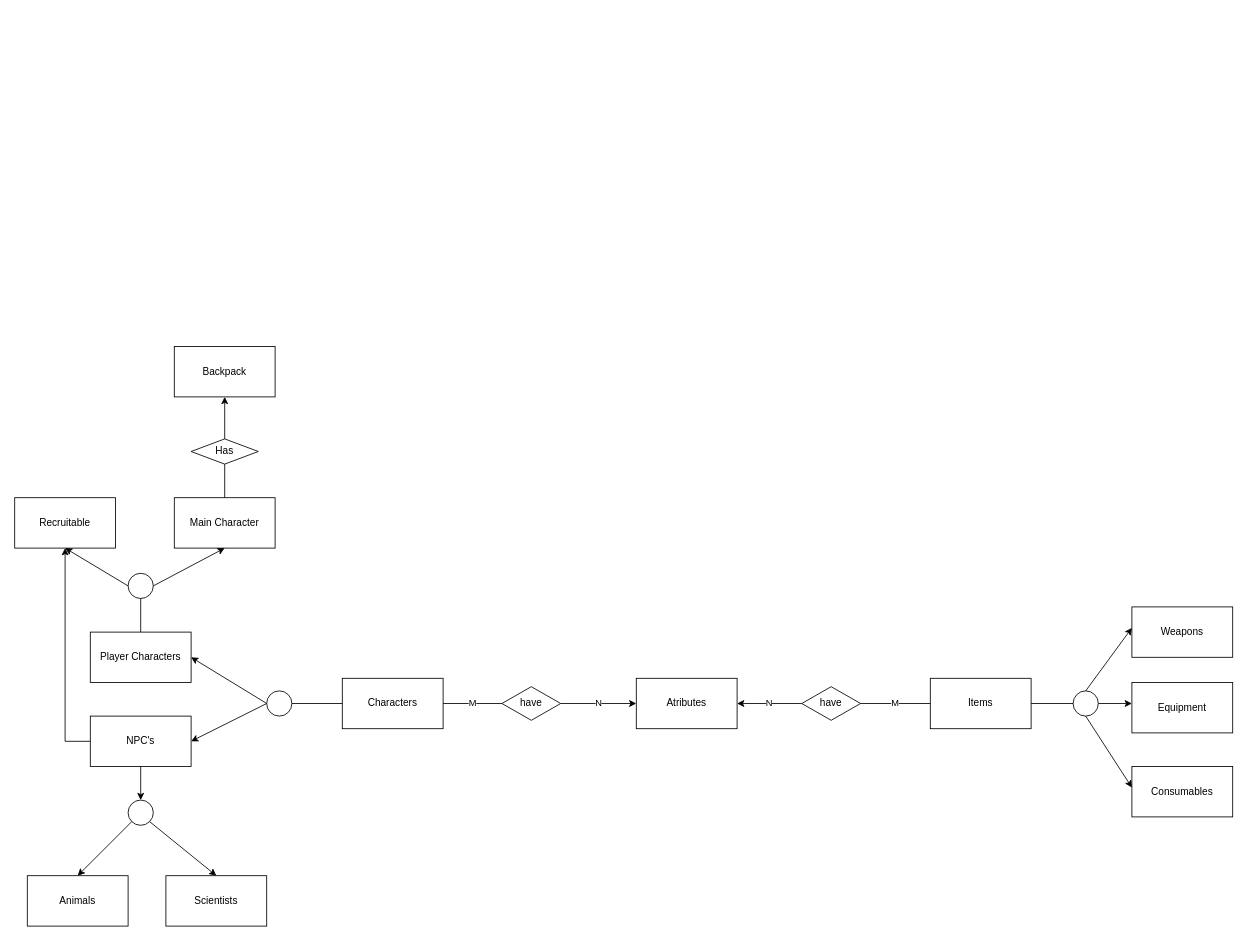
SBD1/Grupo_9_Rust keeps this draw.io diagram as Untitled Diagram.drawio. Above is the earlier version. Source tidied: cells renumbered, new cells numbered last; positions are measured from the earlier drawing's top-left corner, leaving out a move shared by most shapes. Both pictures are drawn from the tidied source at 84%, with x=0, y=0 at pixel (14, 346).
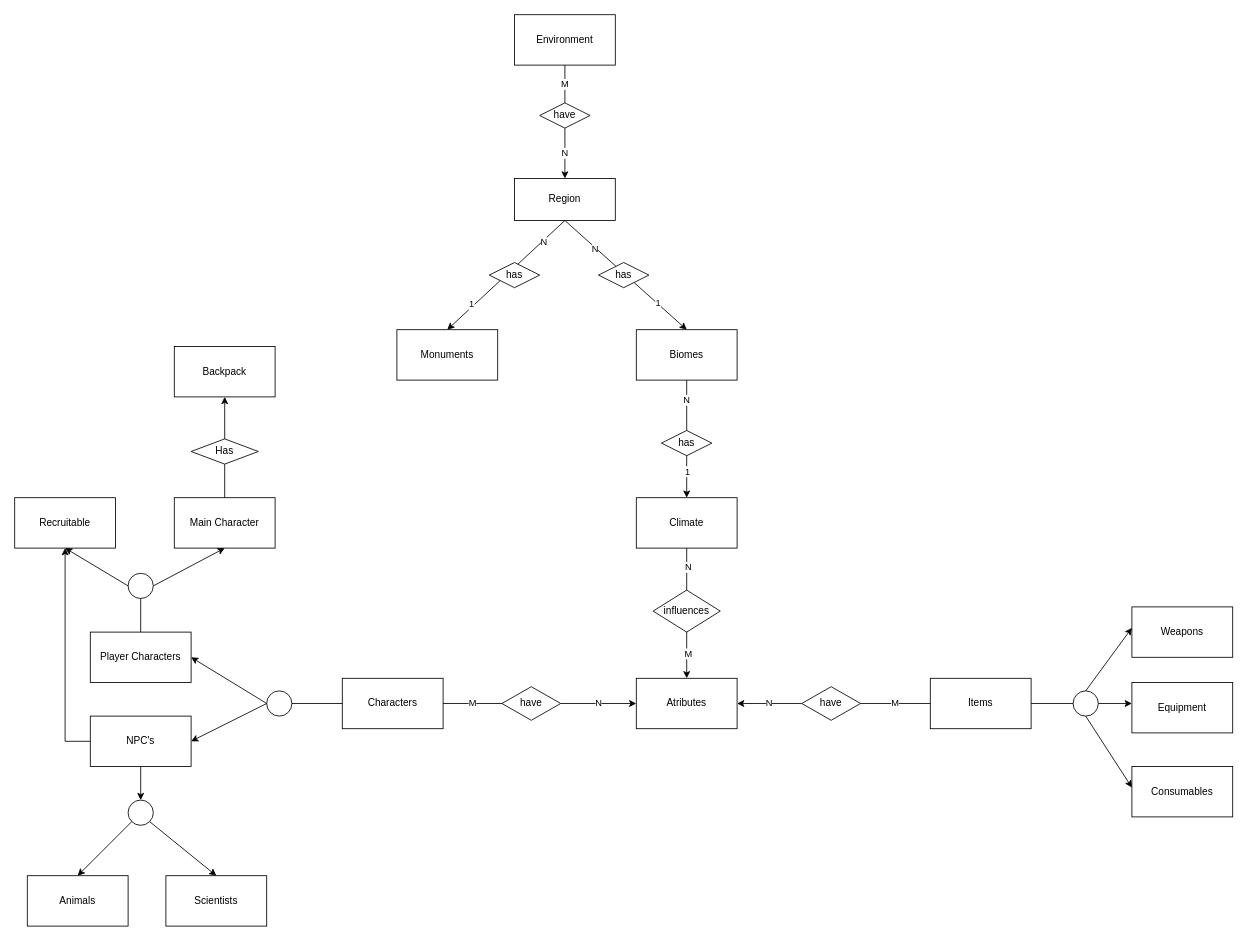
The same page after the edit.

Commit message:
Create Enviroment and relationships

Unchanged cells that the change refers to:
```xml
<mxCell id="31" value="Atributes" style="rounded=0;whiteSpace=wrap;html=1;" parent="1" vertex="1">
  <mxGeometry x="740" y="395" width="120" height="60" as="geometry" />
</mxCell>
```

What changed in the source:
```diff
@@
+    <mxCell id="42" value="N" style="edgeStyle=orthogonalEdgeStyle;rounded=0;jettySize=auto;html=1;exitX=0.5;exitY=1;exitDx=0;exitDy=0;entryX=0.5;entryY=0;entryDx=0;entryDy=0;startArrow=none;" parent="1" edge="1" source="47" target="45">
+      <mxGeometry relative="1" as="geometry" />
+    </mxCell>
+    <mxCell id="43" value="Environment" style="rounded=0;whiteSpace=wrap;html=1;" parent="1" vertex="1">
+      <mxGeometry x="595" y="-395" width="120" height="60" as="geometry" />
+    </mxCell>
+    <mxCell id="44" value="Biomes" style="rounded=0;whiteSpace=wrap;html=1;" parent="1" vertex="1">
+      <mxGeometry x="740" y="-20" width="120" height="60" as="geometry" />
+    </mxCell>
+    <mxCell id="45" value="Region" style="rounded=0;whiteSpace=wrap;html=1;" parent="1" vertex="1">
+      <mxGeometry x="595" y="-200" width="120" height="50" as="geometry" />
+    </mxCell>
+    <mxCell id="46" value="Monuments" style="rounded=0;whiteSpace=wrap;html=1;" parent="1" vertex="1">
+      <mxGeometry x="455" y="-20" width="120" height="60" as="geometry" />
+    </mxCell>
+    <mxCell id="47" value="have" style="rhombus;whiteSpace=wrap;html=1;" parent="1" vertex="1">
+      <mxGeometry x="625" y="-290" width="60" height="30" as="geometry" />
+    </mxCell>
+    <mxCell id="48" value="M" style="edgeStyle=orthogonalEdgeStyle;rounded=0;jettySize=auto;html=1;exitX=0.5;exitY=1;exitDx=0;exitDy=0;entryX=0.5;entryY=0;entryDx=0;entryDy=0;endArrow=none;" parent="1" edge="1" source="43" target="47">
+      <mxGeometry relative="1" as="geometry" />
+    </mxCell>
+    <mxCell id="49" style="endArrow=classic;html=1;rounded=0;exitX=0.5;exitY=1;exitDx=0;exitDy=0;entryX=0.5;entryY=0;entryDx=0;entryDy=0;" parent="1" edge="1" source="45" target="46">
+      <mxGeometry relative="1" as="geometry" />
+    </mxCell>
+    <mxCell id="50" value="N" style="edgeLabel;html=1;align=center;verticalAlign=middle;" parent="49" vertex="1">
+      <mxGeometry x="-0.62" y="2" relative="1" as="geometry" />
+    </mxCell>
+    <mxCell id="51" value="1" style="edgeLabel;html=1;align=center;verticalAlign=middle;" parent="49" vertex="1">
+      <mxGeometry x="0.56" y="-3" relative="1" as="geometry" />
+    </mxCell>
+    <mxCell id="52" style="endArrow=classic;html=1;rounded=0;exitX=0.5;exitY=1;exitDx=0;exitDy=0;entryX=0.5;entryY=0;entryDx=0;entryDy=0;" parent="1" edge="1" source="45" target="44">
+      <mxGeometry relative="1" as="geometry" />
+    </mxCell>
+    <mxCell id="53" value="N" style="edgeLabel;html=1;align=center;verticalAlign=middle;" parent="52" vertex="1">
+      <mxGeometry x="-0.51" relative="1" as="geometry">
+        <mxPoint y="1" as="offset" />
+      </mxGeometry>
+    </mxCell>
+    <mxCell id="54" value="1" style="edgeLabel;html=1;align=center;verticalAlign=middle;" parent="52" vertex="1">
+      <mxGeometry x="0.51" y="1" relative="1" as="geometry" />
+    </mxCell>
+    <mxCell id="55" value="has" style="rhombus;whiteSpace=wrap;html=1;" parent="1" vertex="1">
+      <mxGeometry x="695" y="-100" width="60" height="30" as="geometry" />
+    </mxCell>
+    <mxCell id="56" value="has" style="rhombus;whiteSpace=wrap;html=1;" parent="1" vertex="1">
+      <mxGeometry x="565" y="-100" width="60" height="30" as="geometry" />
+    </mxCell>
+    <mxCell id="57" value="Climate" style="rounded=0;whiteSpace=wrap;html=1;" parent="1" vertex="1">
+      <mxGeometry x="740" y="180" width="120" height="60" as="geometry" />
+    </mxCell>
+    <mxCell id="58" style="edgeStyle=orthogonalEdgeStyle;rounded=0;orthogonalLoop=1;jettySize=auto;html=1;exitX=0.5;exitY=1;exitDx=0;exitDy=0;" parent="1" edge="1" source="46" target="46">
+      <mxGeometry relative="1" as="geometry" />
+    </mxCell>
+    <mxCell id="59" style="endArrow=classic;html=1;rounded=0;exitX=0.5;exitY=1;exitDx=0;exitDy=0;entryX=0.5;entryY=0;entryDx=0;entryDy=0;" parent="1" edge="1" source="44" target="57">
+      <mxGeometry relative="1" as="geometry" />
+    </mxCell>
+    <mxCell id="60" value="N" style="edgeLabel;html=1;align=center;verticalAlign=middle;" parent="59" vertex="1">
+      <mxGeometry x="-0.67" y="-1" relative="1" as="geometry" />
+    </mxCell>
+    <mxCell id="61" value="1" style="edgeLabel;html=1;align=center;verticalAlign=middle;" parent="59" vertex="1">
+      <mxGeometry x="0.54" relative="1" as="geometry" />
+    </mxCell>
+    <mxCell id="62" value="has" style="rhombus;whiteSpace=wrap;html=1;" parent="1" vertex="1">
+      <mxGeometry x="770" y="100" width="60" height="30" as="geometry" />
+    </mxCell>
+    <mxCell id="63" style="endArrow=classic;html=1;rounded=0;exitX=0.5;exitY=1;exitDx=0;exitDy=0;entryX=0.5;entryY=0;entryDx=0;entryDy=0;" parent="1" edge="1" source="57" target="31">
+      <mxGeometry relative="1" as="geometry" />
+    </mxCell>
+    <mxCell id="64" value="N" style="edgeLabel;html=1;align=center;verticalAlign=middle;" parent="63" vertex="1">
+      <mxGeometry x="-0.72" y="1" relative="1" as="geometry" />
+    </mxCell>
+    <mxCell id="65" value="M" style="edgeLabel;html=1;align=center;verticalAlign=middle;" parent="63" vertex="1">
+      <mxGeometry x="0.61" y="1" relative="1" as="geometry" />
+    </mxCell>
+    <mxCell id="66" value="influences" style="rhombus;whiteSpace=wrap;html=1;" parent="1" vertex="1">
+      <mxGeometry x="760" y="290" width="80" height="50" as="geometry" />
+    </mxCell>
```
